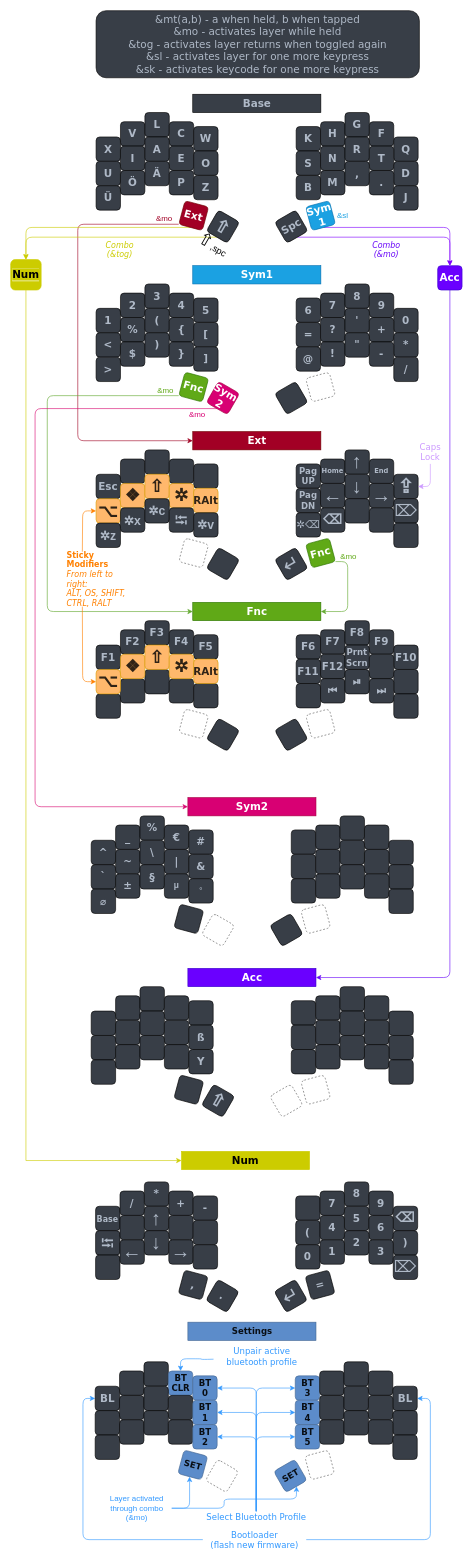
Above: Layout/Sweepd_Neo2.drawio in hoyohayo/zmk-config (draw.io), before the change. Source tidied: cells renumbered, new cells numbered last; positions are measured from the earlier drawing's top-left corner, leaving out a move shared by most shapes. Both pictures are drawn from the tidied source at 61%, with x=0, y=0 at pixel (10, 10).
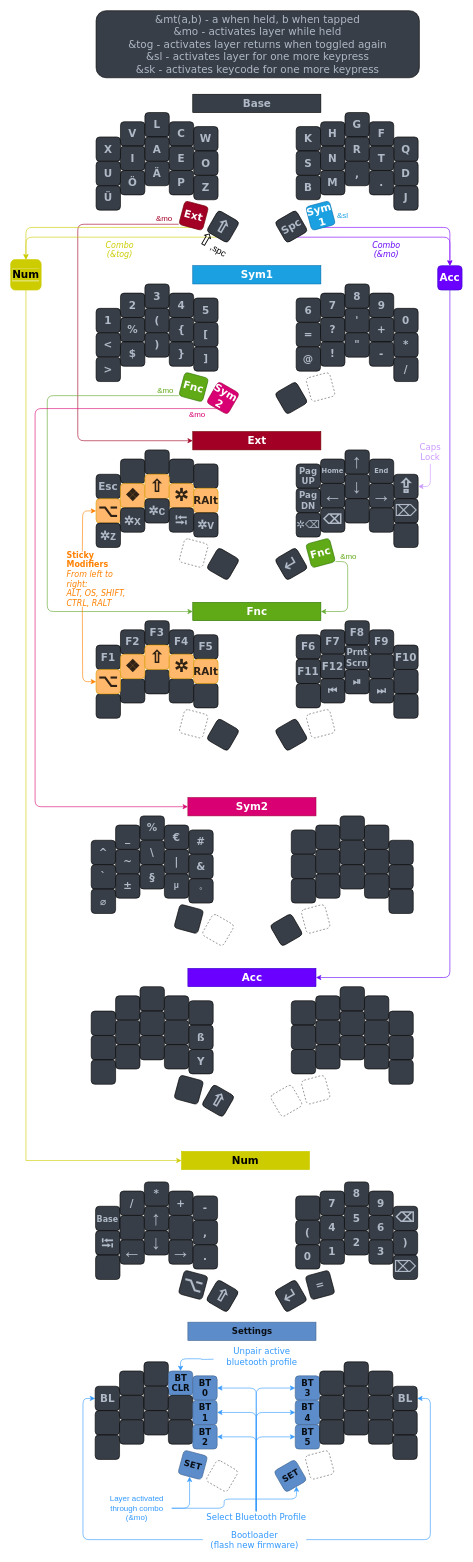
The same page after the edit.

Diff of the diagram source:
```diff
@@
-    <mxCell id="249" style="whiteSpace=wrap;html=1;fontSize=17;fontFamily=Verdana;fontStyle=1;fontColor=#AFB9C7;fillColor=#383E47;rounded=1;" parent="1" vertex="1">
+    <mxCell id="249" value="&lt;span style=&quot;background-color: rgb(56 , 62 , 71)&quot;&gt;,&lt;/span&gt;" style="whiteSpace=wrap;html=1;fontSize=17;fontFamily=Verdana;fontStyle=1;fontColor=#AFB9C7;fillColor=#383E47;rounded=1;" parent="1" vertex="1">
       <mxGeometry x="299.2" y="1983" width="40" height="40" as="geometry" />
     </mxCell>
@@
-    <mxCell id="254" style="whiteSpace=wrap;html=1;fontSize=17;fontFamily=Verdana;fontStyle=1;fontColor=#AFB9C7;fillColor=#383E47;rounded=1;" parent="1" vertex="1">
+    <mxCell id="254" value="&lt;span style=&quot;background-color: rgb(56 , 62 , 71)&quot;&gt;.&lt;/span&gt;" style="whiteSpace=wrap;html=1;fontSize=17;fontFamily=Verdana;fontStyle=1;fontColor=#AFB9C7;fillColor=#383E47;rounded=1;" parent="1" vertex="1">
       <mxGeometry x="299.2" y="2023" width="40" height="40" as="geometry" />
     </mxCell>
-    <mxCell id="255" value="," style="whiteSpace=wrap;html=1;rotation=15;fontSize=17;fontFamily=Verdana;fontStyle=1;fontColor=#AFB9C7;fillColor=#383E47;rounded=1;" parent="1" vertex="1">
+    <mxCell id="255" value="&lt;span style=&quot;font-family: &amp;#34;segoe ui emoji&amp;#34; , &amp;#34;apple color emoji&amp;#34; , &amp;#34;noto color emoji&amp;#34; ; font-size: 28px&quot;&gt;⌥&lt;/span&gt;" style="whiteSpace=wrap;html=1;rotation=15;fontSize=17;fontFamily=Verdana;fontStyle=1;fontColor=#AFB9C7;fillColor=#383E47;rounded=1;" parent="1" vertex="1">
       <mxGeometry x="279.2" y="2069" width="40" height="40" as="geometry" />
     </mxCell>
-    <mxCell id="256" value="." style="whiteSpace=wrap;html=1;rotation=30;fontSize=17;fontFamily=Verdana;fontStyle=1;fontColor=#AFB9C7;fillColor=#383E47;rounded=1;" parent="1" vertex="1">
+    <mxCell id="256" value="&lt;span style=&quot;font-family: &amp;#34;segoe ui emoji&amp;#34; , &amp;#34;apple color emoji&amp;#34; , &amp;#34;noto color emoji&amp;#34; ; font-size: 28px&quot;&gt;⇧&lt;/span&gt;" style="whiteSpace=wrap;html=1;rotation=30;fontSize=17;fontFamily=Verdana;fontStyle=1;fontColor=#AFB9C7;fillColor=#383E47;rounded=1;" parent="1" vertex="1">
       <mxGeometry x="327.2" y="2087" width="40" height="40" as="geometry" />
     </mxCell>
```
